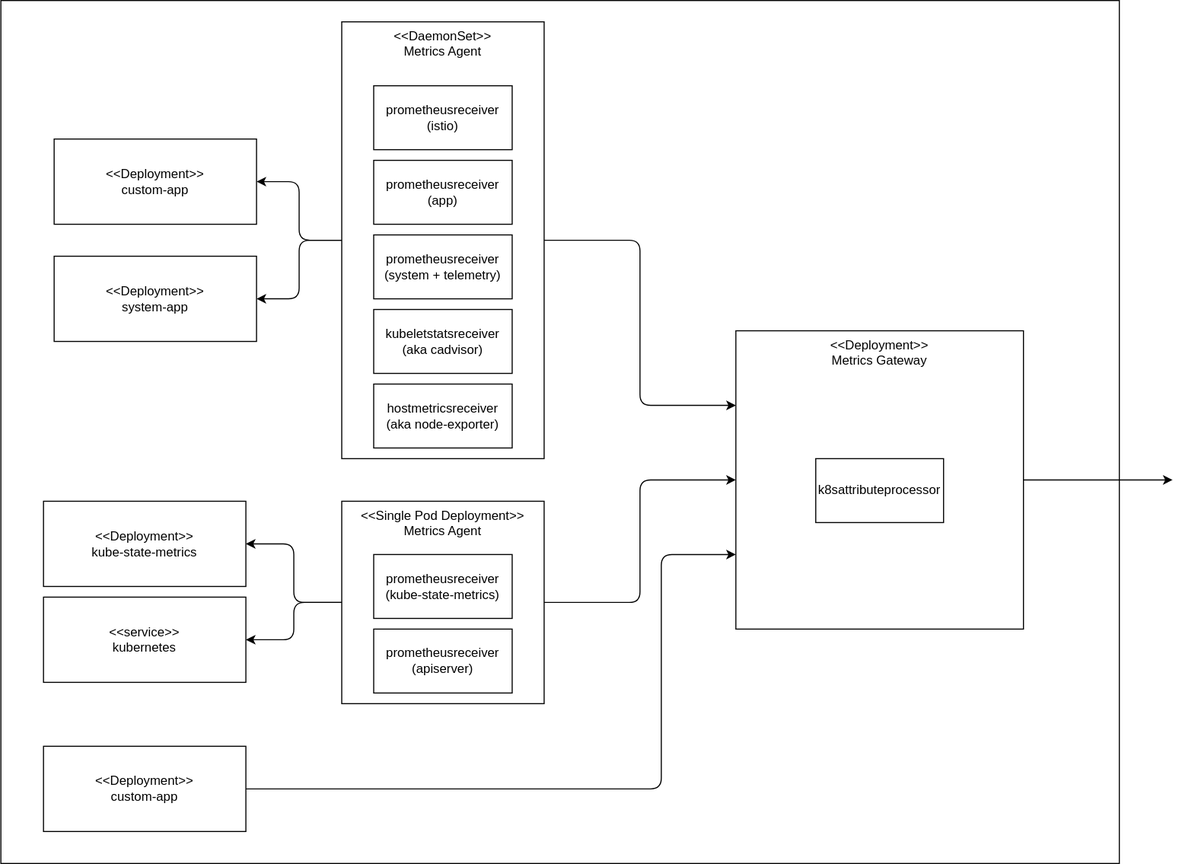
Before: concepts/observability-strategy/configurable-monitoring/assets/monitoring-future-components.drawio.svg, a diagram exported from draw.io (kyma-project/community). Source tidied: cells renumbered, new cells last; positions are measured from the earlier drawing's top-left corner, leaving out a move shared by most shapes.
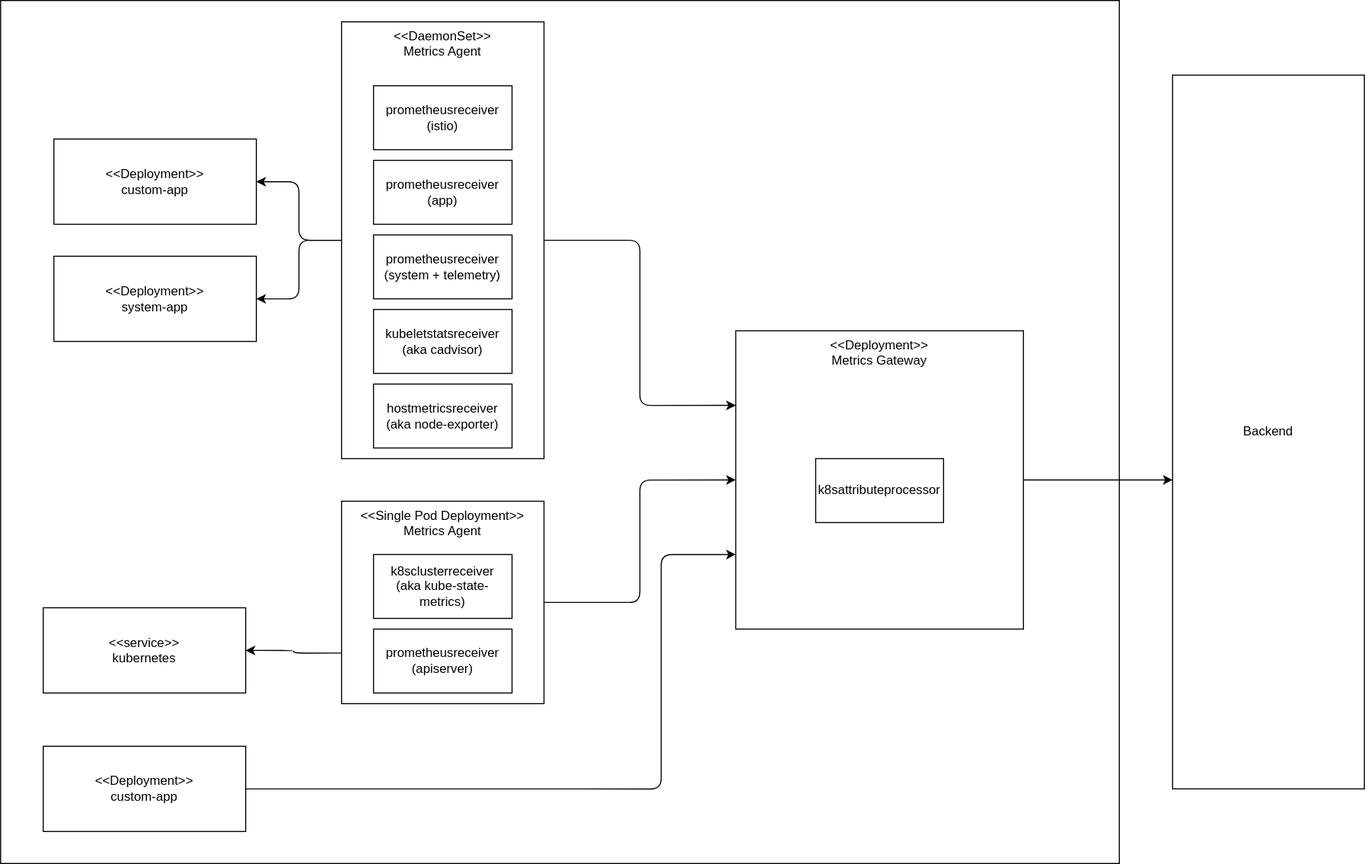
After the change.

What changed in the source:
```diff
@@ -11,10 +11,7 @@
     <mxCell id="4" value="&amp;lt;&amp;lt;Single Pod Deployment&amp;gt;&amp;gt;&lt;br&gt;Metrics Agent" style="rounded=0;whiteSpace=wrap;html=1;verticalAlign=top;" parent="1" vertex="1">
       <mxGeometry x="320" y="470" width="190" height="190" as="geometry" />
     </mxCell>
-    <mxCell id="5" style="edgeStyle=orthogonalEdgeStyle;html=1;exitX=0;exitY=0.5;exitDx=0;exitDy=0;entryX=1;entryY=0.5;entryDx=0;entryDy=0;" parent="1" edge="1" source="4" target="19">
-      <mxGeometry relative="1" as="geometry" />
-    </mxCell>
-    <mxCell id="6" style="edgeStyle=orthogonalEdgeStyle;html=1;exitX=0;exitY=0.5;exitDx=0;exitDy=0;entryX=1;entryY=0.5;entryDx=0;entryDy=0;" parent="1" edge="1" source="4" target="21">
+    <mxCell id="6" style="edgeStyle=orthogonalEdgeStyle;html=1;exitX=0;exitY=0.75;exitDx=0;exitDy=0;entryX=1;entryY=0.5;entryDx=0;entryDy=0;" parent="1" edge="1" source="4" target="21">
       <mxGeometry relative="1" as="geometry" />
     </mxCell>
     <mxCell id="7" style="edgeStyle=orthogonalEdgeStyle;html=1;exitX=1;exitY=0.5;exitDx=0;exitDy=0;" parent="1" edge="1" source="8">
@@ -55,16 +52,13 @@
     <mxCell id="18" value="hostmetricsreceiver&lt;br&gt;(aka node-exporter)" style="rounded=0;whiteSpace=wrap;html=1;" parent="1" vertex="1">
       <mxGeometry x="350" y="360" width="130" height="60" as="geometry" />
     </mxCell>
-    <mxCell id="19" value="&amp;lt;&amp;lt;Deployment&amp;gt;&amp;gt;&lt;br&gt;kube-state-metrics" style="rounded=0;whiteSpace=wrap;html=1;" parent="1" vertex="1">
-      <mxGeometry x="40" y="470" width="190" height="80" as="geometry" />
-    </mxCell>
     <mxCell id="20" value="prometheusreceiver&lt;br&gt;(apiserver)" style="rounded=0;whiteSpace=wrap;html=1;" parent="1" vertex="1">
       <mxGeometry x="350" y="590" width="130" height="60" as="geometry" />
     </mxCell>
     <mxCell id="21" value="&amp;lt;&amp;lt;service&amp;gt;&amp;gt;&lt;br&gt;kubernetes" style="rounded=0;whiteSpace=wrap;html=1;" parent="1" vertex="1">
-      <mxGeometry x="40" y="560" width="190" height="80" as="geometry" />
+      <mxGeometry x="40" y="570" width="190" height="80" as="geometry" />
     </mxCell>
-    <mxCell id="22" value="prometheusreceiver&lt;br&gt;(kube-state-metrics)" style="rounded=0;whiteSpace=wrap;html=1;" parent="1" vertex="1">
+    <mxCell id="22" value="k8sclusterreceiver&lt;br style=&quot;border-color: var(--border-color);&quot;&gt;(aka kube-state-metrics)" style="rounded=0;whiteSpace=wrap;html=1;" parent="1" vertex="1">
       <mxGeometry x="350" y="520" width="130" height="60" as="geometry" />
     </mxCell>
     <mxCell id="23" value="&amp;lt;&amp;lt;Deployment&amp;gt;&amp;gt;&lt;br&gt;custom-app" style="rounded=0;whiteSpace=wrap;html=1;" parent="1" vertex="1">
@@ -84,5 +78,8 @@
     <mxCell id="26" value="&amp;lt;&amp;lt;Deployment&amp;gt;&amp;gt;&lt;br&gt;custom-app" style="rounded=0;whiteSpace=wrap;html=1;" parent="1" vertex="1">
       <mxGeometry x="40" y="700" width="190" height="80" as="geometry" />
     </mxCell>
+    <mxCell id="27" value="Backend" style="rounded=0;whiteSpace=wrap;html=1;verticalAlign=middle;" parent="1" vertex="1">
+      <mxGeometry x="1100" y="70" width="180" height="670" as="geometry" />
+    </mxCell>
   </root>
 </mxGraphModel>
```
